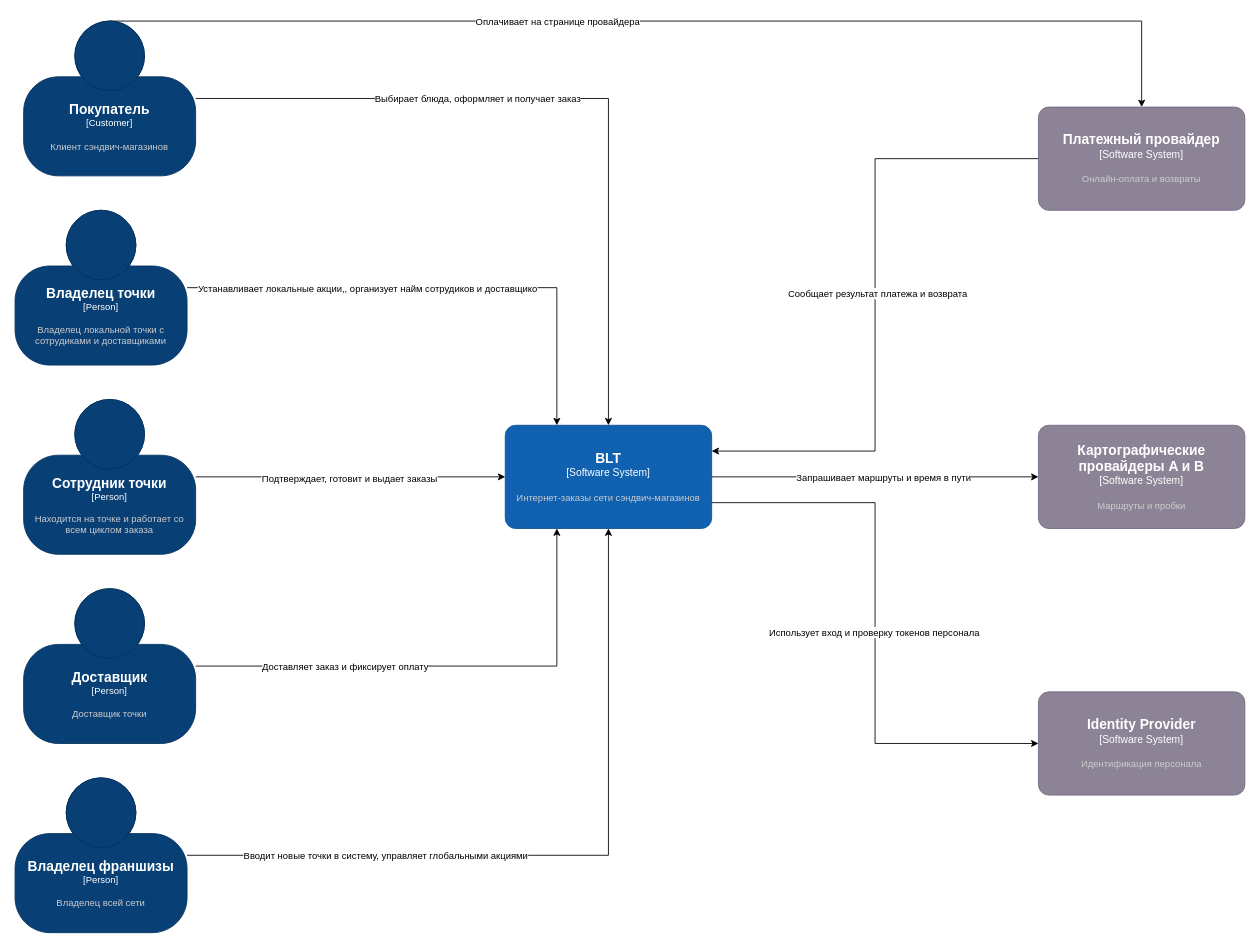
The draw.io diagram homework-01/docs/diagrams/C4-Context-Diagram.drawio in paulrozhkin/otus-microservices-homework, before the edit. Source tidied: cells renumbered, new cells numbered last; positions are measured from the earlier drawing's top-left corner, leaving out a move shared by most shapes. Both pictures are drawn from the tidied source at 86%, with x=0, y=0 at pixel (15, 21).
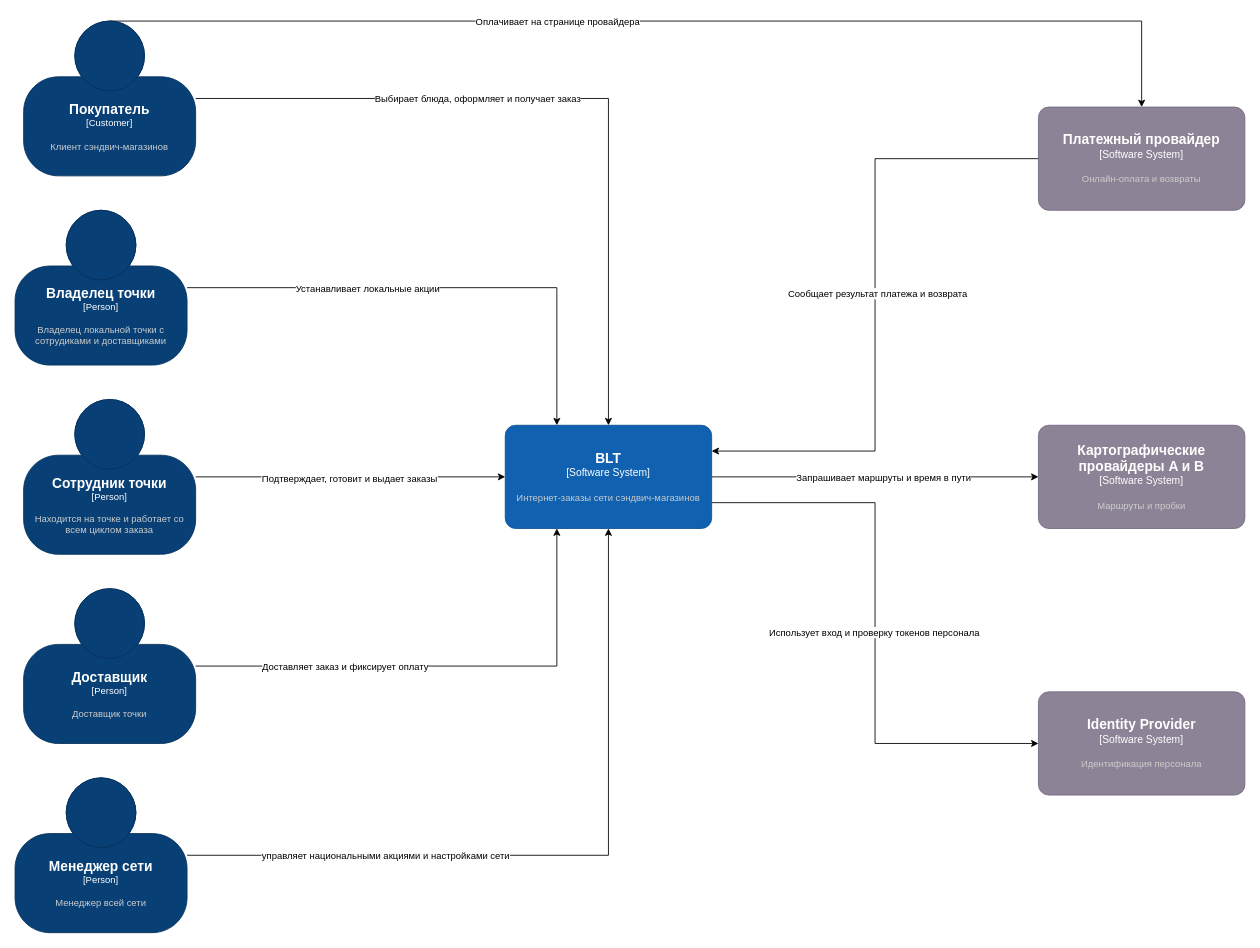
Above is the later version.

Commit message (it also covers changes not shown here):
update container diagram

Unchanged cells that the change refers to:
```xml
<mxCell id="18" style="edgeStyle=orthogonalEdgeStyle;rounded=0;jettySize=auto;html=1;entryX=0.5;entryY=1;entryDx=0;entryDy=0;entryPerimeter=0;" parent="1" edge="1" source="20" target="11">
  <mxGeometry relative="1" as="geometry" />
</mxCell>
<mxCell id="21" style="edgeStyle=orthogonalEdgeStyle;rounded=0;jettySize=auto;html=1;entryX=0.25;entryY=0;entryDx=0;entryDy=0;entryPerimeter=0;" parent="1" edge="1" source="23" target="11">
  <mxGeometry relative="1" as="geometry" />
</mxCell>
```

The edit, as a diff of the source:
```diff
@@
-    <mxCell id="19" value="Вводит новые точки в систему, управляет глобальными акциями" style="edgeLabel;html=1;align=center;verticalAlign=middle;" parent="18" vertex="1">
+    <mxCell id="19" value="управляет национальными акциями и настройками сети" style="edgeLabel;html=1;align=center;verticalAlign=middle;" parent="18" vertex="1">
       <mxGeometry x="-0.59" y="1" relative="1" as="geometry">
         <mxPoint x="52" y="1" as="offset" />
       </mxGeometry>
     </mxCell>
-    <object id="20" label="&lt;font style=&quot;font-size: 16px&quot;&gt;&lt;b&gt;%c4Name%&lt;/b&gt;&lt;/font&gt;&lt;div&gt;[%c4Type%]&lt;/div&gt;&lt;br&gt;&lt;div&gt;&lt;font style=&quot;font-size: 11px&quot;&gt;&lt;font color=&quot;#cccccc&quot;&gt;%c4Description%&lt;/font&gt;&lt;/div&gt;" c4Description="Владелец всей сети" c4Name="Владелец франшизы" c4Type="Person" placeholders="1">
+    <object id="20" label="&lt;font style=&quot;font-size: 16px&quot;&gt;&lt;b&gt;%c4Name%&lt;/b&gt;&lt;/font&gt;&lt;div&gt;[%c4Type%]&lt;/div&gt;&lt;br&gt;&lt;div&gt;&lt;font style=&quot;font-size: 11px&quot;&gt;&lt;font color=&quot;#cccccc&quot;&gt;%c4Description%&lt;/font&gt;&lt;/div&gt;" c4Description="Менеджер всей сети" c4Name="Менеджер сети" c4Type="Person" placeholders="1">
       <mxCell style="html=1;fontSize=11;dashed=0;whiteSpace=wrap;fillColor=#083F75;strokeColor=#06315C;fontColor=#ffffff;shape=mxgraph.c4.person2;align=center;points=[[0.5,0,0],[1,0.5,0],[1,0.75,0],[0.75,1,0],[0.5,1,0],[0.25,1,0],[0,0.75,0],[0,0.5,0]];" parent="1" vertex="1">
         <mxGeometry y="880" width="200" height="180" as="geometry" />
       </mxCell>
     </object>
@@
-    <mxCell id="22" value="Устанавливает локальные акции,, организует найм сотрудиков и доставщико" style="edgeLabel;html=1;align=center;verticalAlign=middle;" parent="21" vertex="1">
+    <mxCell id="22" value="Устанавливает локальные акции" style="edgeLabel;html=1;align=center;verticalAlign=middle;" parent="21" vertex="1">
       <mxGeometry x="-0.48" y="4" relative="1" as="geometry">
         <mxPoint x="56" y="4" as="offset" />
       </mxGeometry>
     </mxCell>
```
